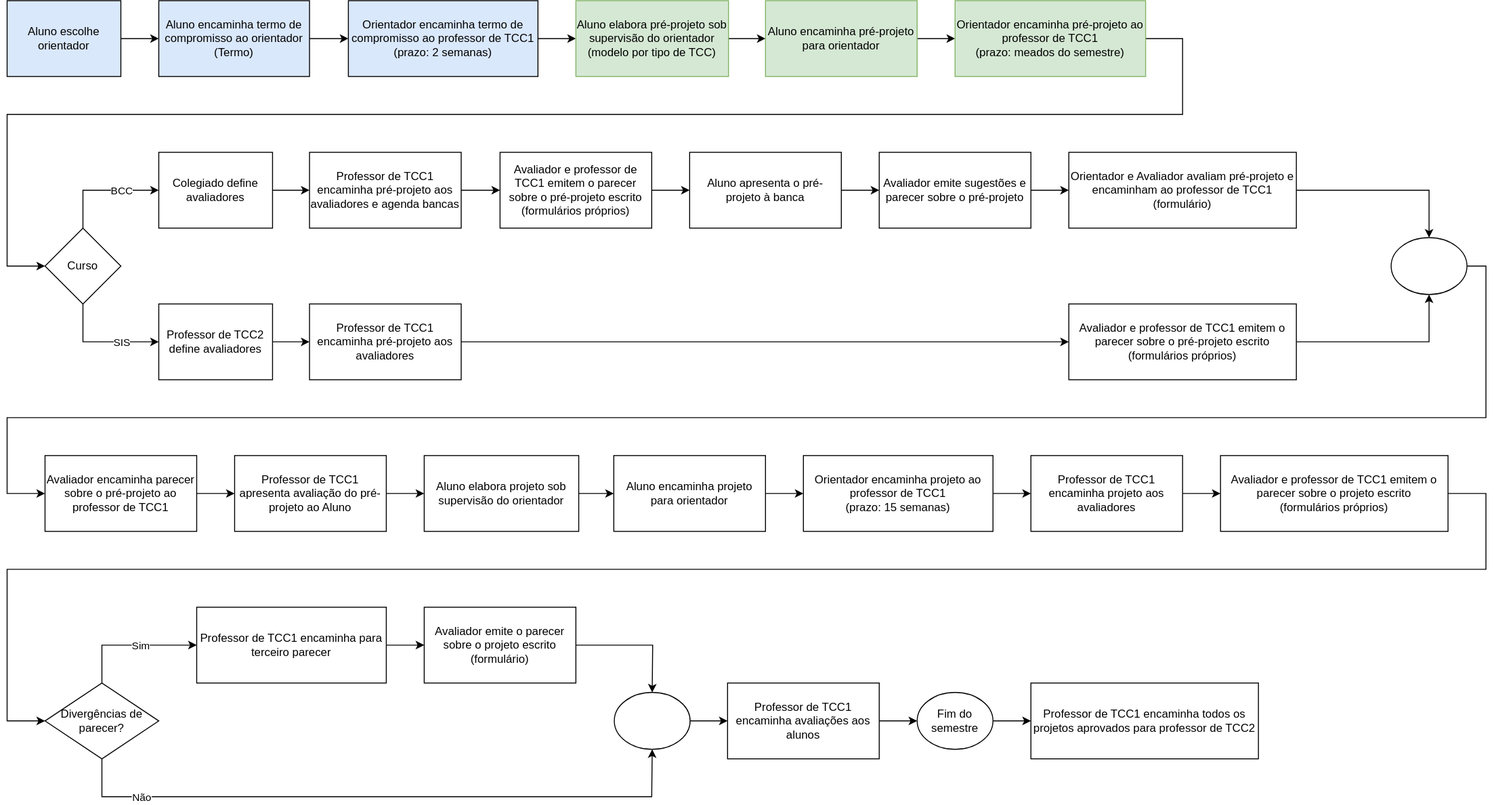
Before: Cronogramas/cronogramaFluxograma.drawio.svg, a diagram exported from draw.io (dalton-reis/disciplina_TCC1_Privado). Source tidied: cells renumbered, new cells last; positions are measured from the earlier drawing's top-left corner, leaving out a move shared by most shapes.
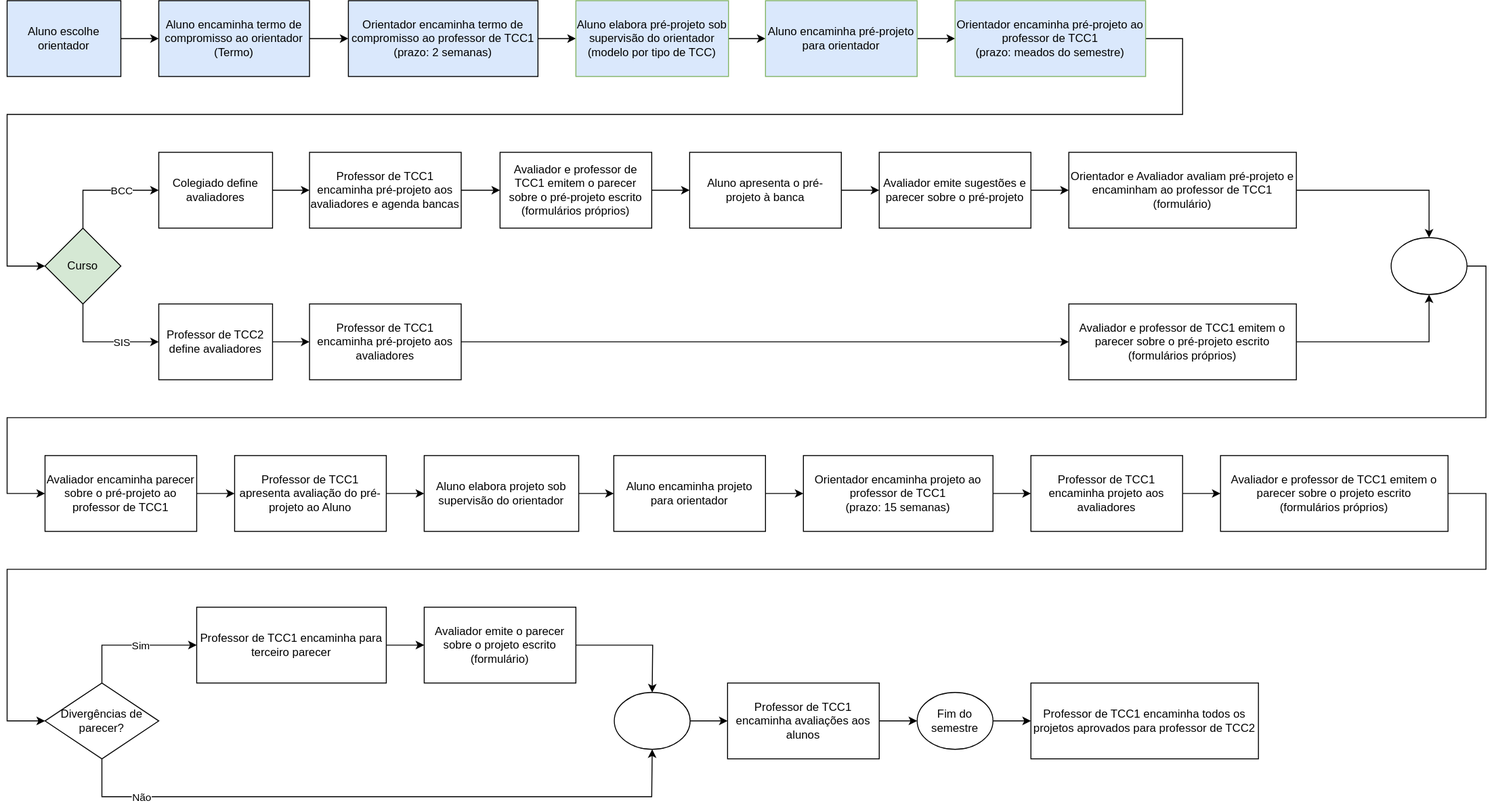
After the change.

Diff of the diagram source:
```diff
@@ -23,13 +23,13 @@
     <mxCell id="8" style="edgeStyle=orthogonalEdgeStyle;rounded=0;jettySize=auto;html=1;strokeColor=#000000;fontColor=#000000;fillColor=#dae8fc;" parent="1" edge="1" source="9" target="11">
       <mxGeometry relative="1" as="geometry" />
     </mxCell>
-    <mxCell id="9" value="Aluno elabora pré-projeto sob supervisão do orientador&lt;br&gt;(modelo por tipo de TCC)" style="whiteSpace=wrap;html=1;fillColor=#d5e8d4;strokeColor=#82b366;" parent="1" vertex="1">
+    <mxCell id="9" value="Aluno elabora pré-projeto sob supervisão do orientador&lt;br&gt;(modelo por tipo de TCC)" style="whiteSpace=wrap;html=1;fillColor=#DAE8FC;strokeColor=#82b366;" parent="1" vertex="1">
       <mxGeometry x="600" width="161" height="80" as="geometry" />
     </mxCell>
     <mxCell id="10" style="edgeStyle=orthogonalEdgeStyle;rounded=0;jettySize=auto;html=1;fillColor=#d5e8d4;strokeColor=#000000;fontColor=#000000;" parent="1" edge="1" source="11" target="13">
       <mxGeometry relative="1" as="geometry" />
     </mxCell>
-    <mxCell id="11" value="Aluno encaminha pré-projeto para orientador" style="whiteSpace=wrap;html=1;fillColor=#d5e8d4;strokeColor=#82b366;" parent="1" vertex="1">
+    <mxCell id="11" value="Aluno encaminha pré-projeto para orientador" style="whiteSpace=wrap;html=1;fillColor=#DAE8FC;strokeColor=#82b366;" parent="1" vertex="1">
       <mxGeometry x="800" width="160" height="80" as="geometry" />
     </mxCell>
     <mxCell id="12" style="edgeStyle=orthogonalEdgeStyle;rounded=0;jettySize=auto;html=1;fontColor=#000000;" parent="1" edge="1" source="13" target="18">
@@ -42,7 +42,7 @@
         </Array>
       </mxGeometry>
     </mxCell>
-    <mxCell id="13" value="Orientador encaminha pré-projeto ao professor de TCC1&lt;br&gt;(prazo: meados do semestre)" style="whiteSpace=wrap;html=1;fillColor=#d5e8d4;strokeColor=#82b366;" parent="1" vertex="1">
+    <mxCell id="13" value="Orientador encaminha pré-projeto ao professor de TCC1&lt;br&gt;(prazo: meados do semestre)" style="whiteSpace=wrap;html=1;fillColor=#DAE8FC;strokeColor=#82b366;" parent="1" vertex="1">
       <mxGeometry x="1000" width="201" height="80" as="geometry" />
     </mxCell>
     <mxCell id="14" style="edgeStyle=orthogonalEdgeStyle;rounded=0;jettySize=auto;html=1;entryX=0;entryY=0.5;entryDx=0;entryDy=0;exitX=0.5;exitY=0;exitDx=0;exitDy=0;fontColor=#000000;" parent="1" edge="1" source="18" target="20">
@@ -69,7 +69,7 @@
         <mxPoint x="32" y="1" as="offset" />
       </mxGeometry>
     </mxCell>
-    <mxCell id="18" value="Curso" style="rhombus;whiteSpace=wrap;html=1;fillColor=default;strokeColor=default;fontColor=#000000;" parent="1" vertex="1">
+    <mxCell id="18" value="Curso" style="rhombus;whiteSpace=wrap;html=1;fillColor=#D5E8D4;strokeColor=default;fontColor=#000000;" parent="1" vertex="1">
       <mxGeometry x="40" y="240" width="80" height="80" as="geometry" />
     </mxCell>
     <mxCell id="19" style="edgeStyle=orthogonalEdgeStyle;rounded=0;jettySize=auto;html=1;fillColor=#d5e8d4;strokeColor=default;fontColor=#000000;" parent="1" edge="1" source="20" target="25">
```
